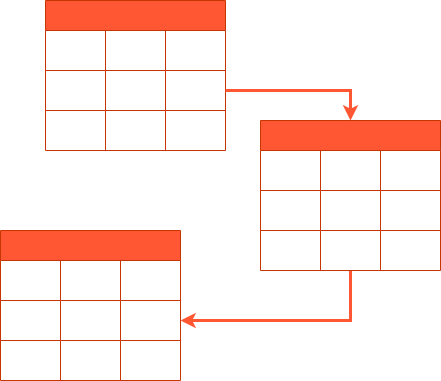
Before: image/uml.drawio.png, a diagram exported from draw.io (Malekitos/UML-WEB). Source tidied: cells renumbered, new cells last; positions are measured from the earlier drawing's top-left corner, leaving out a move shared by most shapes. Its diagram source:
```xml
<mxGraphModel>
  <root>
    <mxCell id="0" />
    <mxCell id="1" parent="0" />
    <mxCell id="2" style="shape=table;startSize=30;fontStyle=1;align=center;fillColor=#FF5733;fontColor=#000000;strokeColor=#C73500;" parent="1" vertex="1">
      <mxGeometry x="45" width="180" height="150" as="geometry" />
    </mxCell>
    <mxCell id="3" style="shape=tableRow;horizontal=0;startSize=0;swimlaneHead=0;swimlaneBody=0;top=0;left=0;bottom=0;right=0;fillColor=none;" parent="2" vertex="1">
      <mxGeometry y="30" width="180" height="40" as="geometry" />
    </mxCell>
    <mxCell id="4" style="shape=partialRectangle;html=1;whiteSpace=wrap;fillColor=none;top=0;left=0;bottom=0;right=0;overflow=hidden;" parent="3" vertex="1">
      <mxGeometry width="60" height="40" as="geometry" />
    </mxCell>
    <mxCell id="5" style="shape=partialRectangle;html=1;whiteSpace=wrap;fillColor=none;top=0;left=0;bottom=0;right=0;overflow=hidden;" parent="3" vertex="1">
      <mxGeometry x="60" width="60" height="40" as="geometry" />
    </mxCell>
    <mxCell id="6" style="shape=partialRectangle;html=1;whiteSpace=wrap;fillColor=none;top=0;left=0;bottom=0;right=0;overflow=hidden;" parent="3" vertex="1">
      <mxGeometry x="120" width="60" height="40" as="geometry" />
    </mxCell>
    <mxCell id="7" style="shape=tableRow;horizontal=0;startSize=0;swimlaneHead=0;swimlaneBody=0;top=0;left=0;bottom=0;right=0;fillColor=none;points=[[0,0.5],[1,0.5]];portConstraint=eastwest;" parent="2" vertex="1">
      <mxGeometry y="70" width="180" height="40" as="geometry" />
    </mxCell>
    <mxCell id="8" style="shape=partialRectangle;html=1;whiteSpace=wrap;fillColor=none;top=0;left=0;bottom=0;right=0;overflow=hidden;" parent="7" vertex="1">
      <mxGeometry width="60" height="40" as="geometry" />
    </mxCell>
    <mxCell id="9" style="shape=partialRectangle;html=1;whiteSpace=wrap;fillColor=none;top=0;left=0;bottom=0;right=0;overflow=hidden;" parent="7" vertex="1">
      <mxGeometry x="60" width="60" height="40" as="geometry" />
    </mxCell>
    <mxCell id="10" style="shape=partialRectangle;html=1;whiteSpace=wrap;fillColor=none;top=0;left=0;bottom=0;right=0;overflow=hidden;" parent="7" vertex="1">
      <mxGeometry x="120" width="60" height="40" as="geometry" />
    </mxCell>
    <mxCell id="11" style="shape=tableRow;horizontal=0;startSize=0;swimlaneHead=0;swimlaneBody=0;top=0;left=0;bottom=0;right=0;fillColor=none;" parent="2" vertex="1">
      <mxGeometry y="110" width="180" height="40" as="geometry" />
    </mxCell>
    <mxCell id="12" style="shape=partialRectangle;html=1;whiteSpace=wrap;fillColor=none;top=0;left=0;bottom=0;right=0;overflow=hidden;" parent="11" vertex="1">
      <mxGeometry width="60" height="40" as="geometry" />
    </mxCell>
    <mxCell id="13" style="shape=partialRectangle;html=1;whiteSpace=wrap;fillColor=none;top=0;left=0;bottom=0;right=0;overflow=hidden;" parent="11" vertex="1">
      <mxGeometry x="60" width="60" height="40" as="geometry" />
    </mxCell>
    <mxCell id="14" style="shape=partialRectangle;html=1;whiteSpace=wrap;fillColor=none;top=0;left=0;bottom=0;right=0;overflow=hidden;" parent="11" vertex="1">
      <mxGeometry x="120" width="60" height="40" as="geometry" />
    </mxCell>
    <mxCell id="15" style="edgeStyle=orthogonalEdgeStyle;rounded=0;jettySize=auto;html=1;entryX=1;entryY=0.5;entryDx=0;entryDy=0;strokeColor=#FF5733;strokeWidth=3;" parent="1" edge="1" source="16" target="35">
      <mxGeometry relative="1" as="geometry" />
    </mxCell>
    <mxCell id="16" style="shape=table;startSize=30;fontStyle=1;align=center;fillColor=#FF5733;fontColor=#000000;strokeColor=#C73500;" parent="1" vertex="1">
      <mxGeometry x="260" y="120" width="180" height="150" as="geometry" />
    </mxCell>
    <mxCell id="17" style="shape=tableRow;horizontal=0;startSize=0;swimlaneHead=0;swimlaneBody=0;top=0;left=0;bottom=0;right=0;fillColor=none;" parent="16" vertex="1">
      <mxGeometry y="30" width="180" height="40" as="geometry" />
    </mxCell>
    <mxCell id="18" style="shape=partialRectangle;html=1;whiteSpace=wrap;fillColor=none;top=0;left=0;bottom=0;right=0;overflow=hidden;" parent="17" vertex="1">
      <mxGeometry width="60" height="40" as="geometry" />
    </mxCell>
    <mxCell id="19" style="shape=partialRectangle;html=1;whiteSpace=wrap;fillColor=none;top=0;left=0;bottom=0;right=0;overflow=hidden;" parent="17" vertex="1">
      <mxGeometry x="60" width="60" height="40" as="geometry" />
    </mxCell>
    <mxCell id="20" style="shape=partialRectangle;html=1;whiteSpace=wrap;fillColor=none;top=0;left=0;bottom=0;right=0;overflow=hidden;" parent="17" vertex="1">
      <mxGeometry x="120" width="60" height="40" as="geometry" />
    </mxCell>
    <mxCell id="21" style="shape=tableRow;horizontal=0;startSize=0;swimlaneHead=0;swimlaneBody=0;top=0;left=0;bottom=0;right=0;fillColor=none;" parent="16" vertex="1">
      <mxGeometry y="70" width="180" height="40" as="geometry" />
    </mxCell>
    <mxCell id="22" style="shape=partialRectangle;html=1;whiteSpace=wrap;fillColor=none;top=0;left=0;bottom=0;right=0;overflow=hidden;" parent="21" vertex="1">
      <mxGeometry width="60" height="40" as="geometry" />
    </mxCell>
    <mxCell id="23" style="shape=partialRectangle;html=1;whiteSpace=wrap;fillColor=none;top=0;left=0;bottom=0;right=0;overflow=hidden;" parent="21" vertex="1">
      <mxGeometry x="60" width="60" height="40" as="geometry" />
    </mxCell>
    <mxCell id="24" style="shape=partialRectangle;html=1;whiteSpace=wrap;fillColor=none;top=0;left=0;bottom=0;right=0;overflow=hidden;" parent="21" vertex="1">
      <mxGeometry x="120" width="60" height="40" as="geometry" />
    </mxCell>
    <mxCell id="25" style="shape=tableRow;horizontal=0;startSize=0;swimlaneHead=0;swimlaneBody=0;top=0;left=0;bottom=0;right=0;fillColor=none;" parent="16" vertex="1">
      <mxGeometry y="110" width="180" height="40" as="geometry" />
    </mxCell>
    <mxCell id="26" style="shape=partialRectangle;html=1;whiteSpace=wrap;fillColor=none;top=0;left=0;bottom=0;right=0;overflow=hidden;" parent="25" vertex="1">
      <mxGeometry width="60" height="40" as="geometry" />
    </mxCell>
    <mxCell id="27" style="shape=partialRectangle;html=1;whiteSpace=wrap;fillColor=none;top=0;left=0;bottom=0;right=0;overflow=hidden;" parent="25" vertex="1">
      <mxGeometry x="60" width="60" height="40" as="geometry" />
    </mxCell>
    <mxCell id="28" style="shape=partialRectangle;html=1;whiteSpace=wrap;fillColor=none;top=0;left=0;bottom=0;right=0;overflow=hidden;" parent="25" vertex="1">
      <mxGeometry x="120" width="60" height="40" as="geometry" />
    </mxCell>
    <mxCell id="29" style="edgeStyle=orthogonalEdgeStyle;rounded=0;jettySize=auto;html=1;strokeColor=#FF5733;strokeWidth=3;" parent="1" edge="1" source="7">
      <mxGeometry relative="1" as="geometry">
        <mxPoint x="350" y="120" as="targetPoint" />
        <Array as="points">
          <mxPoint x="350" y="90" />
        </Array>
      </mxGeometry>
    </mxCell>
    <mxCell id="30" style="shape=table;startSize=30;fontStyle=1;align=center;fillColor=#FF5733;fontColor=#000000;strokeColor=#C73500;" parent="1" vertex="1">
      <mxGeometry y="230" width="180" height="150" as="geometry" />
    </mxCell>
    <mxCell id="31" style="shape=tableRow;horizontal=0;startSize=0;swimlaneHead=0;swimlaneBody=0;top=0;left=0;bottom=0;right=0;fillColor=none;" parent="30" vertex="1">
      <mxGeometry y="30" width="180" height="40" as="geometry" />
    </mxCell>
    <mxCell id="32" style="shape=partialRectangle;html=1;whiteSpace=wrap;fillColor=none;top=0;left=0;bottom=0;right=0;overflow=hidden;" parent="31" vertex="1">
      <mxGeometry width="60" height="40" as="geometry" />
    </mxCell>
    <mxCell id="33" style="shape=partialRectangle;html=1;whiteSpace=wrap;fillColor=none;top=0;left=0;bottom=0;right=0;overflow=hidden;" parent="31" vertex="1">
      <mxGeometry x="60" width="60" height="40" as="geometry" />
    </mxCell>
    <mxCell id="34" style="shape=partialRectangle;html=1;whiteSpace=wrap;fillColor=none;top=0;left=0;bottom=0;right=0;overflow=hidden;" parent="31" vertex="1">
      <mxGeometry x="120" width="60" height="40" as="geometry" />
    </mxCell>
    <mxCell id="35" style="shape=tableRow;horizontal=0;startSize=0;swimlaneHead=0;swimlaneBody=0;top=0;left=0;bottom=0;right=0;fillColor=none;points=[[0,0.5],[1,0.5]];portConstraint=eastwest;" parent="30" vertex="1">
      <mxGeometry y="70" width="180" height="40" as="geometry" />
    </mxCell>
    <mxCell id="36" style="shape=partialRectangle;html=1;whiteSpace=wrap;fillColor=none;top=0;left=0;bottom=0;right=0;overflow=hidden;" parent="35" vertex="1">
      <mxGeometry width="60" height="40" as="geometry" />
    </mxCell>
    <mxCell id="37" style="shape=partialRectangle;html=1;whiteSpace=wrap;fillColor=none;top=0;left=0;bottom=0;right=0;overflow=hidden;" parent="35" vertex="1">
      <mxGeometry x="60" width="60" height="40" as="geometry" />
    </mxCell>
    <mxCell id="38" style="shape=partialRectangle;html=1;whiteSpace=wrap;fillColor=none;top=0;left=0;bottom=0;right=0;overflow=hidden;" parent="35" vertex="1">
      <mxGeometry x="120" width="60" height="40" as="geometry" />
    </mxCell>
    <mxCell id="39" style="shape=tableRow;horizontal=0;startSize=0;swimlaneHead=0;swimlaneBody=0;top=0;left=0;bottom=0;right=0;fillColor=none;" parent="30" vertex="1">
      <mxGeometry y="110" width="180" height="40" as="geometry" />
    </mxCell>
    <mxCell id="40" style="shape=partialRectangle;html=1;whiteSpace=wrap;fillColor=none;top=0;left=0;bottom=0;right=0;overflow=hidden;" parent="39" vertex="1">
      <mxGeometry width="60" height="40" as="geometry" />
    </mxCell>
    <mxCell id="41" style="shape=partialRectangle;html=1;whiteSpace=wrap;fillColor=none;top=0;left=0;bottom=0;right=0;overflow=hidden;" parent="39" vertex="1">
      <mxGeometry x="60" width="60" height="40" as="geometry" />
    </mxCell>
    <mxCell id="42" style="shape=partialRectangle;html=1;whiteSpace=wrap;fillColor=none;top=0;left=0;bottom=0;right=0;overflow=hidden;" parent="39" vertex="1">
      <mxGeometry x="120" width="60" height="40" as="geometry" />
    </mxCell>
  </root>
</mxGraphModel>
```
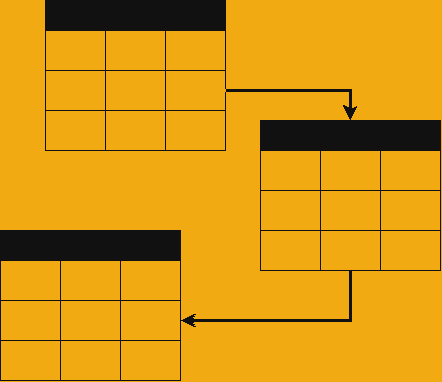
Above is the later version.

Diff of the diagram source:
```diff
@@ -2,7 +2,7 @@
   <root>
     <mxCell id="0" />
     <mxCell id="1" parent="0" />
-    <mxCell id="2" style="shape=table;startSize=30;fontStyle=1;align=center;fillColor=#FF5733;fontColor=#000000;strokeColor=#C73500;" parent="1" vertex="1">
+    <mxCell id="2" style="shape=table;startSize=30;fontStyle=1;align=center;fillColor=#eeeeee;fontColor=#000000;strokeColor=#eeeeee;" parent="1" vertex="1">
       <mxGeometry x="45" width="180" height="150" as="geometry" />
     </mxCell>
     <mxCell id="3" style="shape=tableRow;horizontal=0;startSize=0;swimlaneHead=0;swimlaneBody=0;top=0;left=0;bottom=0;right=0;fillColor=none;" parent="2" vertex="1">
@@ -41,10 +41,10 @@
     <mxCell id="14" style="shape=partialRectangle;html=1;whiteSpace=wrap;fillColor=none;top=0;left=0;bottom=0;right=0;overflow=hidden;" parent="11" vertex="1">
       <mxGeometry x="120" width="60" height="40" as="geometry" />
     </mxCell>
-    <mxCell id="15" style="edgeStyle=orthogonalEdgeStyle;rounded=0;jettySize=auto;html=1;entryX=1;entryY=0.5;entryDx=0;entryDy=0;strokeColor=#FF5733;strokeWidth=3;" parent="1" edge="1" source="16" target="35">
+    <mxCell id="15" style="edgeStyle=orthogonalEdgeStyle;rounded=0;jettySize=auto;html=1;entryX=1;entryY=0.5;entryDx=0;entryDy=0;strokeColor=#eeeeee;strokeWidth=3;" parent="1" edge="1" source="16" target="35">
       <mxGeometry relative="1" as="geometry" />
     </mxCell>
-    <mxCell id="16" style="shape=table;startSize=30;fontStyle=1;align=center;fillColor=#FF5733;fontColor=#000000;strokeColor=#C73500;" parent="1" vertex="1">
+    <mxCell id="16" style="shape=table;startSize=30;fontStyle=1;align=center;fillColor=#eeeeee;fontColor=#000000;strokeColor=#eeeeee;" parent="1" vertex="1">
       <mxGeometry x="260" y="120" width="180" height="150" as="geometry" />
     </mxCell>
     <mxCell id="17" style="shape=tableRow;horizontal=0;startSize=0;swimlaneHead=0;swimlaneBody=0;top=0;left=0;bottom=0;right=0;fillColor=none;" parent="16" vertex="1">
@@ -83,7 +83,7 @@
     <mxCell id="28" style="shape=partialRectangle;html=1;whiteSpace=wrap;fillColor=none;top=0;left=0;bottom=0;right=0;overflow=hidden;" parent="25" vertex="1">
       <mxGeometry x="120" width="60" height="40" as="geometry" />
     </mxCell>
-    <mxCell id="29" style="edgeStyle=orthogonalEdgeStyle;rounded=0;jettySize=auto;html=1;strokeColor=#FF5733;strokeWidth=3;" parent="1" edge="1" source="7">
+    <mxCell id="29" style="edgeStyle=orthogonalEdgeStyle;rounded=0;jettySize=auto;html=1;strokeColor=#eeeeee;strokeWidth=3;" parent="1" edge="1" source="7">
       <mxGeometry relative="1" as="geometry">
         <mxPoint x="350" y="120" as="targetPoint" />
         <Array as="points">
@@ -91,7 +91,7 @@
         </Array>
       </mxGeometry>
     </mxCell>
-    <mxCell id="30" style="shape=table;startSize=30;fontStyle=1;align=center;fillColor=#FF5733;fontColor=#000000;strokeColor=#C73500;" parent="1" vertex="1">
+    <mxCell id="30" style="shape=table;startSize=30;fontStyle=1;align=center;fillColor=#eeeeee;fontColor=#000000;strokeColor=#eeeeee;" parent="1" vertex="1">
       <mxGeometry y="230" width="180" height="150" as="geometry" />
     </mxCell>
     <mxCell id="31" style="shape=tableRow;horizontal=0;startSize=0;swimlaneHead=0;swimlaneBody=0;top=0;left=0;bottom=0;right=0;fillColor=none;" parent="30" vertex="1">
```
